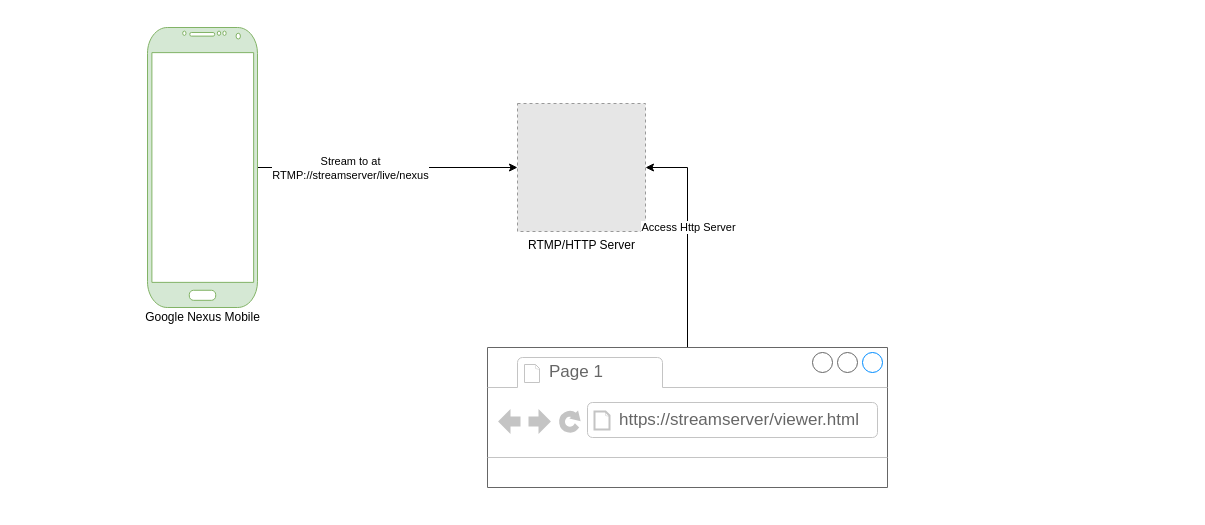
This is live-stream.drawio from choudharydhaka/live-stream, a draw.io file, before an edit. Source tidied: cells renumbered, new cells numbered last; positions are measured from the earlier drawing's top-left corner, leaving out a move shared by most shapes. Both pictures are drawn from the tidied source at 100%, with x=0, y=0 at pixel (137, 27). Pictures stored in the file or linked from it are replaced by grey dashed boxes.
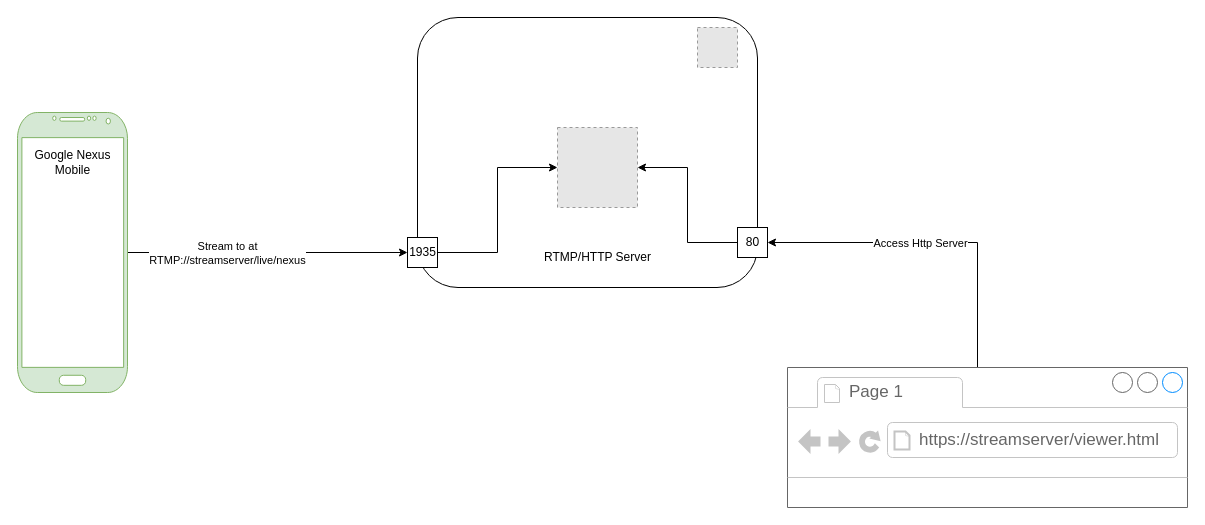
After the change.

Diff of the diagram source:
```diff
@@
+    <mxCell id="12" style="rounded=1;whiteSpace=wrap;html=1;" parent="1" vertex="1">
+      <mxGeometry x="280" y="-10" width="340" height="270" as="geometry" />
+    </mxCell>
-    <mxCell id="2" value="RTMP/HTTP Server" style="fillColor=#E6E6E6;strokeColor=#999999;dashed=1;html=1;verticalAlign=top;verticalLabelPosition=bottom;labelBackgroundColor=#ffffff;" parent="1" vertex="1">
-      <mxGeometry x="380" y="76" width="128" height="128" as="geometry" />
+    <mxCell id="2" style="fillColor=#E6E6E6;strokeColor=#999999;dashed=1;html=1;verticalAlign=top;verticalLabelPosition=bottom;labelBackgroundColor=#ffffff;" parent="1" vertex="1">
+      <mxGeometry x="560" width="40" height="40" as="geometry" />
     </mxCell>
-    <mxCell id="3" style="edgeStyle=orthogonalEdgeStyle;rounded=0;jettySize=auto;html=1;" parent="1" edge="1" source="5" target="2">
+    <mxCell id="3" style="edgeStyle=orthogonalEdgeStyle;rounded=0;jettySize=auto;html=1;entryX=0;entryY=0.5;entryDx=0;entryDy=0;" parent="1" edge="1" source="5" target="15">
       <mxGeometry relative="1" as="geometry" />
     </mxCell>
@@
     <mxCell id="5" style="verticalLabelPosition=bottom;verticalAlign=top;html=1;shadow=0;dashed=0;strokeWidth=1;shape=mxgraph.android.phone2;strokeColor=#82b366;fillColor=#d5e8d4;" parent="1" vertex="1">
-      <mxGeometry x="10" width="110" height="280" as="geometry" />
+      <mxGeometry x="-120" y="85" width="110" height="280" as="geometry" />
     </mxCell>
-    <mxCell id="6" value="Google Nexus Mobile" style="text;html=1;align=center;verticalAlign=middle;strokeColor=none;fillColor=none;" parent="1" vertex="1">
-      <mxGeometry y="280" width="130" height="20" as="geometry" />
+    <mxCell id="6" value="Google Nexus &lt;br&gt;Mobile" style="text;html=1;align=center;verticalAlign=middle;strokeColor=none;fillColor=none;" parent="1" vertex="1">
+      <mxGeometry x="-110" y="120" width="90" height="30" as="geometry" />
     </mxCell>
-    <mxCell id="7" style="edgeStyle=orthogonalEdgeStyle;rounded=0;jettySize=auto;html=1;entryX=1;entryY=0.5;entryDx=0;entryDy=0;" parent="1" edge="1" source="9" target="2">
-      <mxGeometry relative="1" as="geometry" />
+    <mxCell id="7" style="edgeStyle=orthogonalEdgeStyle;rounded=0;jettySize=auto;html=1;entryX=1;entryY=0.5;entryDx=0;entryDy=0;" parent="1" edge="1" source="9" target="17">
+      <mxGeometry relative="1" as="geometry">
+        <Array as="points">
+          <mxPoint x="840" y="215" />
+        </Array>
+      </mxGeometry>
     </mxCell>
@@
     <mxCell id="9" style="strokeWidth=1;shadow=0;dashed=0;align=center;html=1;shape=mxgraph.mockup.containers.browserWindow;rSize=0;strokeColor=#666666;strokeColor2=#008cff;strokeColor3=#c4c4c4;mainText=,;" parent="1" vertex="1">
-      <mxGeometry x="350" y="320" width="400" height="140" as="geometry" />
+      <mxGeometry x="650" y="340" width="400" height="140" as="geometry" />
     </mxCell>
@@
+    <mxCell id="13" style="fillColor=#E6E6E6;strokeColor=#999999;dashed=1;html=1;verticalAlign=top;verticalLabelPosition=bottom;labelBackgroundColor=#ffffff;fontColor=#00CC00;" parent="1" vertex="1">
+      <mxGeometry x="420" y="100" width="80" height="80" as="geometry" />
+    </mxCell>
+    <mxCell id="14" style="edgeStyle=orthogonalEdgeStyle;rounded=0;jettySize=auto;html=1;entryX=0;entryY=0.5;entryDx=0;entryDy=0;fontColor=#000000;" parent="1" edge="1" source="15" target="13">
+      <mxGeometry relative="1" as="geometry">
+        <Array as="points">
+          <mxPoint x="360" y="225" />
+          <mxPoint x="360" y="140" />
+        </Array>
+      </mxGeometry>
+    </mxCell>
+    <mxCell id="15" value="1935" style="html=1;rounded=0;fontColor=#000000;" parent="1" vertex="1">
+      <mxGeometry x="270" y="210" width="30" height="30" as="geometry" />
+    </mxCell>
+    <mxCell id="16" style="edgeStyle=orthogonalEdgeStyle;rounded=0;jettySize=auto;html=1;fontColor=#000000;" parent="1" edge="1" source="17" target="13">
+      <mxGeometry relative="1" as="geometry">
+        <Array as="points">
+          <mxPoint x="550" y="215" />
+          <mxPoint x="550" y="140" />
+        </Array>
+      </mxGeometry>
+    </mxCell>
+    <mxCell id="17" value="&lt;font color=&quot;#000000&quot;&gt;80&lt;/font&gt;" style="html=1;rounded=0;fontColor=#00CC00;" parent="1" vertex="1">
+      <mxGeometry x="600" y="200" width="30" height="30" as="geometry" />
+    </mxCell>
+    <mxCell id="18" value="&lt;span style=&quot;background-color: rgb(255 , 255 , 255)&quot;&gt;RTMP/HTTP Server&lt;/span&gt;" style="text;html=1;align=center;verticalAlign=middle;strokeColor=none;fillColor=none;fontColor=#000000;" parent="1" vertex="1">
+      <mxGeometry x="400" y="220" width="120" height="20" as="geometry" />
+    </mxCell>
```
